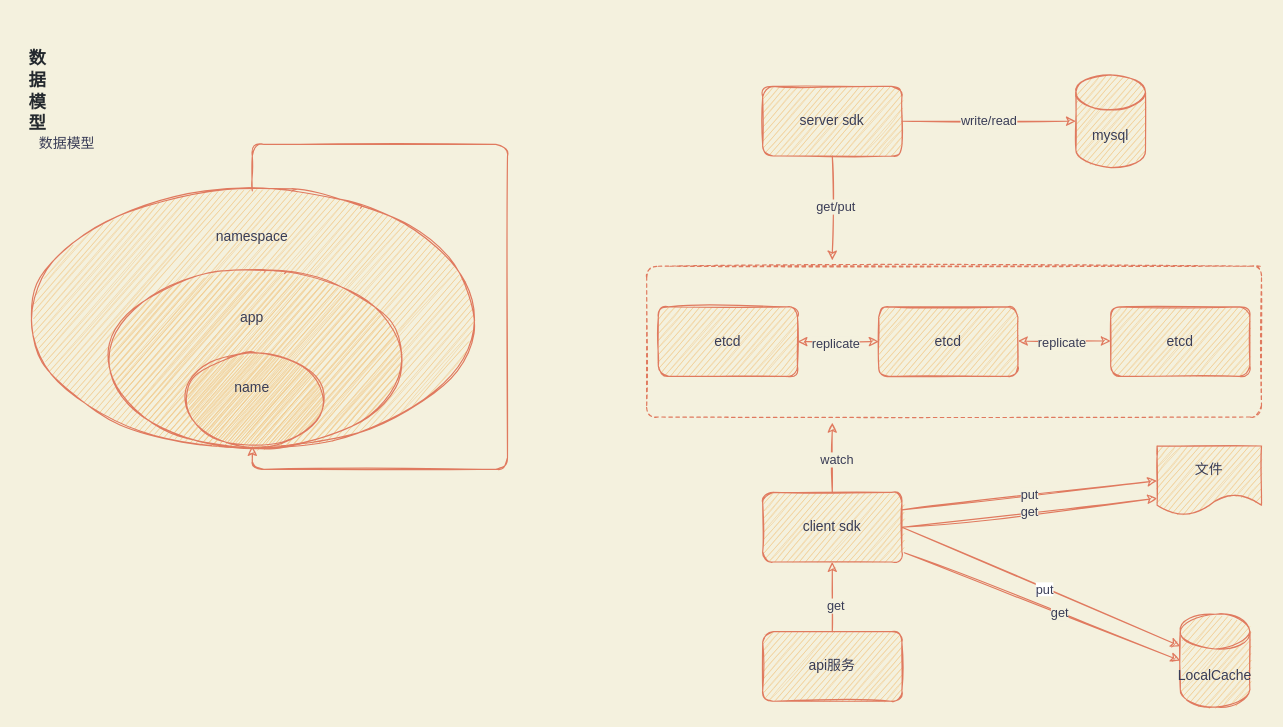
The draw.io diagram doc/配置.drawio in cacos-group/cacos, before the edit. Source tidied: cells renumbered, new cells numbered last; positions are measured from the earlier drawing's top-left corner, leaving out a move shared by most shapes. Both pictures are drawn from the tidied source at 116%, with x=0, y=0 at pixel (20, 74).
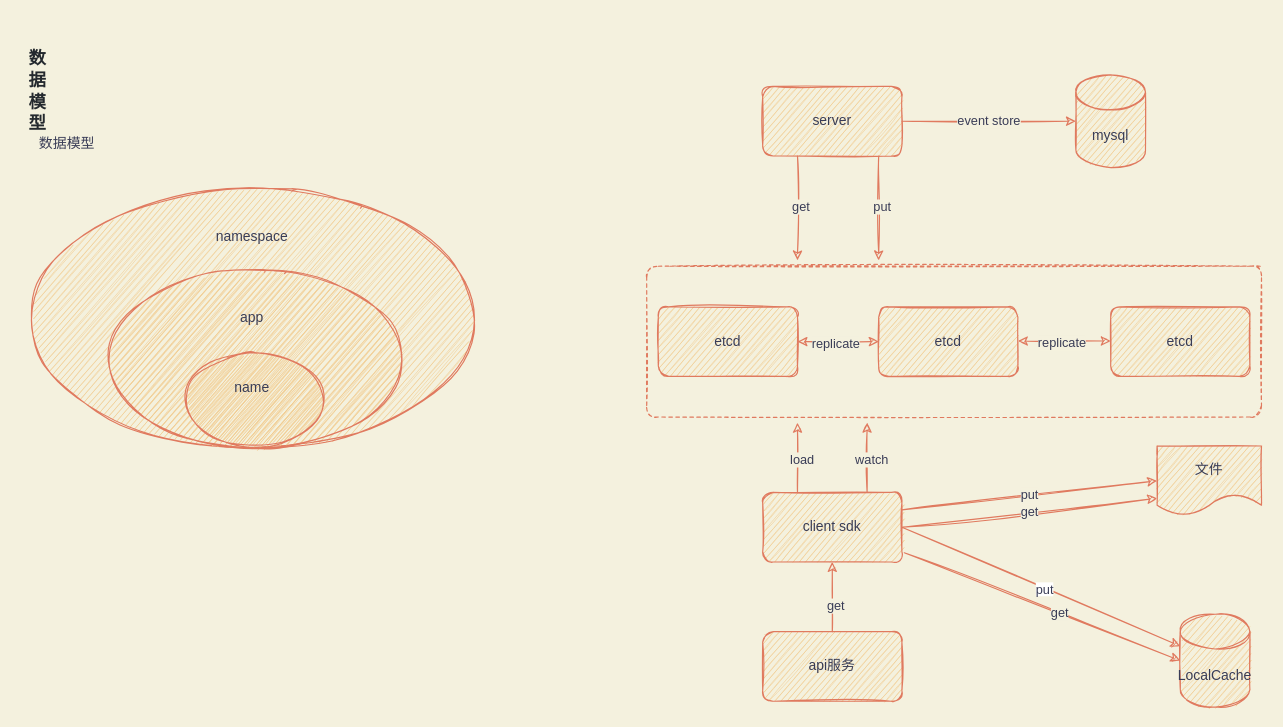
Above is the later version.

The change refers to these unchanged cells:
```xml
<mxCell id="7" value="mysql" style="shape=cylinder3;whiteSpace=wrap;html=1;boundedLbl=1;backgroundOutline=1;size=15;fillColor=#F2CC8F;strokeColor=#E07A5F;fontColor=#393C56;sketch=1;rounded=1;" parent="1" vertex="1">
  <mxGeometry x="910" width="60" height="80" as="geometry" />
</mxCell>
<mxCell id="11" value="client sdk" style="whiteSpace=wrap;html=1;fillColor=#F2CC8F;strokeColor=#E07A5F;fontColor=#393C56;sketch=1;rounded=1;" parent="1" vertex="1">
  <mxGeometry x="640" y="360" width="120" height="60" as="geometry" />
</mxCell>
<mxCell id="21" style="ellipse;whiteSpace=wrap;html=1;fillColor=#F2CC8F;strokeColor=#E07A5F;fontColor=#393C56;sketch=1;rounded=1;" parent="1" vertex="1">
  <mxGeometry y="100" width="400" height="220" as="geometry" />
</mxCell>
```

Change to the diagram source:
```diff
@@
-    <mxCell id="6" value="server sdk&lt;br&gt;" style="whiteSpace=wrap;html=1;fillColor=#F2CC8F;strokeColor=#E07A5F;fontColor=#393C56;sketch=1;rounded=1;" parent="1" vertex="1">
+    <mxCell id="6" value="server" style="whiteSpace=wrap;html=1;fillColor=#F2CC8F;strokeColor=#E07A5F;fontColor=#393C56;sketch=1;rounded=1;" parent="1" vertex="1">
       <mxGeometry x="640" y="10" width="120" height="60" as="geometry" />
     </mxCell>
@@
-    <mxCell id="8" value="write/read" style="endArrow=classic;html=1;entryX=0;entryY=0.5;entryDx=0;entryDy=0;entryPerimeter=0;strokeColor=#E07A5F;fontColor=#393C56;exitX=1;exitY=0.5;exitDx=0;exitDy=0;labelBackgroundColor=#F4F1DE;sketch=1;" parent="1" edge="1" source="6" target="7">
+    <mxCell id="8" value="event store" style="endArrow=classic;html=1;entryX=0;entryY=0.5;entryDx=0;entryDy=0;entryPerimeter=0;strokeColor=#E07A5F;fontColor=#393C56;exitX=1;exitY=0.5;exitDx=0;exitDy=0;labelBackgroundColor=#F4F1DE;sketch=1;" parent="1" edge="1" source="6" target="7">
       <mxGeometry relative="1" as="geometry" />
     </mxCell>
-    <mxCell id="9" style="endArrow=classic;html=1;exitX=0.5;exitY=1;exitDx=0;exitDy=0;strokeColor=#E07A5F;fontColor=#393C56;labelBackgroundColor=#F4F1DE;sketch=1;" parent="1" edge="1" source="6">
+    <mxCell id="9" style="endArrow=classic;html=1;exitX=0.25;exitY=1;exitDx=0;exitDy=0;strokeColor=#E07A5F;fontColor=#393C56;labelBackgroundColor=#F4F1DE;sketch=1;" parent="1" edge="1" source="6">
       <mxGeometry relative="1" as="geometry">
-        <mxPoint x="700" y="160" as="targetPoint" />
+        <mxPoint x="670" y="160" as="targetPoint" />
       </mxGeometry>
     </mxCell>
-    <mxCell id="10" value="get/put" style="edgeLabel;html=1;align=center;verticalAlign=middle;fontColor=#393C56;labelBackgroundColor=#F4F1DE;sketch=1;rounded=1;" parent="9" vertex="1">
+    <mxCell id="10" value="get" style="edgeLabel;html=1;align=center;verticalAlign=middle;fontColor=#393C56;labelBackgroundColor=#F4F1DE;sketch=1;rounded=1;" parent="9" vertex="1">
       <mxGeometry x="-0.04" y="2" relative="1" as="geometry" />
     </mxCell>
@@
-    <mxCell id="15" style="endArrow=classic;html=1;exitX=0.5;exitY=0;exitDx=0;exitDy=0;strokeColor=#E07A5F;fontColor=#393C56;labelBackgroundColor=#F4F1DE;sketch=1;" parent="1" edge="1" source="11">
+    <mxCell id="15" style="endArrow=classic;html=1;strokeColor=#E07A5F;fontColor=#393C56;labelBackgroundColor=#F4F1DE;sketch=1;exitX=0.75;exitY=0;exitDx=0;exitDy=0;" parent="1" edge="1" source="11">
       <mxGeometry relative="1" as="geometry">
-        <mxPoint x="700" y="300" as="targetPoint" />
+        <mxPoint x="730" y="300" as="targetPoint" />
       </mxGeometry>
     </mxCell>
@@
-    <mxCell id="37" style="edgeStyle=orthogonalEdgeStyle;orthogonalLoop=1;jettySize=auto;html=1;exitX=0.5;exitY=0;exitDx=0;exitDy=0;labelBackgroundColor=#F4F1DE;strokeColor=#E07A5F;fontColor=#393C56;sketch=1;" parent="1" edge="1" source="21" target="21">
+    <mxCell id="37" style="endArrow=classic;html=1;exitX=0.5;exitY=1;exitDx=0;exitDy=0;strokeColor=#E07A5F;fontColor=#393C56;labelBackgroundColor=#F4F1DE;sketch=1;" parent="1" edge="1">
       <mxGeometry relative="1" as="geometry">
-        <Array as="points">
-          <mxPoint x="420" y="60" />
-          <mxPoint x="420" y="340" />
-          <mxPoint x="200" y="340" />
-        </Array>
+        <mxPoint x="740" y="70" as="sourcePoint" />
+        <mxPoint x="740" y="160" as="targetPoint" />
       </mxGeometry>
     </mxCell>
+    <mxCell id="38" value="put" style="edgeLabel;html=1;align=center;verticalAlign=middle;fontColor=#393C56;labelBackgroundColor=#F4F1DE;sketch=1;rounded=1;" parent="37" vertex="1">
+      <mxGeometry x="-0.04" y="2" relative="1" as="geometry" />
+    </mxCell>
+    <mxCell id="39" style="endArrow=classic;html=1;exitX=0.5;exitY=0;exitDx=0;exitDy=0;strokeColor=#E07A5F;fontColor=#393C56;labelBackgroundColor=#F4F1DE;sketch=1;" parent="1" edge="1">
+      <mxGeometry relative="1" as="geometry">
+        <mxPoint x="670" y="360" as="sourcePoint" />
+        <mxPoint x="670" y="300" as="targetPoint" />
+      </mxGeometry>
+    </mxCell>
+    <mxCell id="40" value="load" style="edgeLabel;html=1;align=center;verticalAlign=middle;fontColor=#393C56;labelBackgroundColor=#F4F1DE;sketch=1;rounded=1;" parent="39" vertex="1">
+      <mxGeometry x="-0.04" y="-3" relative="1" as="geometry" />
+    </mxCell>
```
